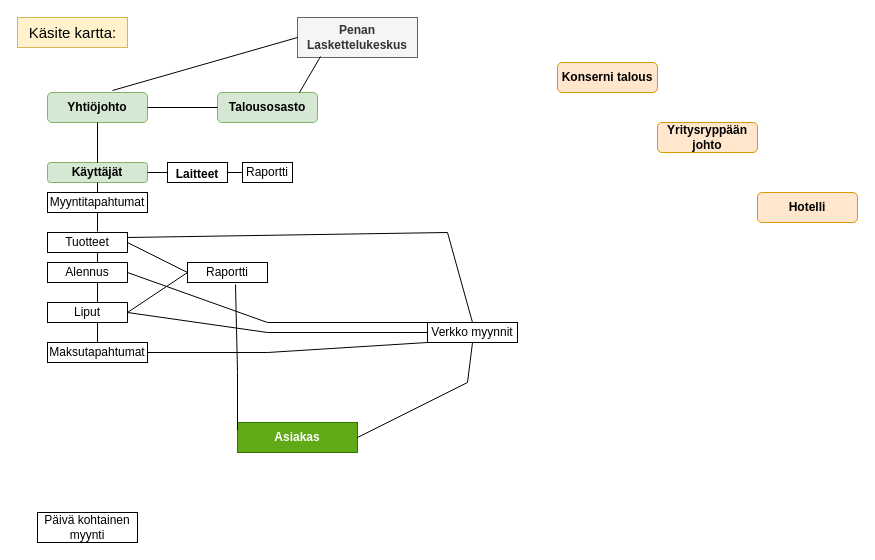
Nele83/Ohjelmointtikehittaja keeps this draw.io diagram as Untitled Diagram.drawio. Above is the earlier version. Source tidied: cells renumbered, new cells numbered last; positions are measured from the earlier drawing's top-left corner, leaving out a move shared by most shapes. Both pictures are drawn from the tidied source at 100%, with x=0, y=0 at pixel (17, 17).
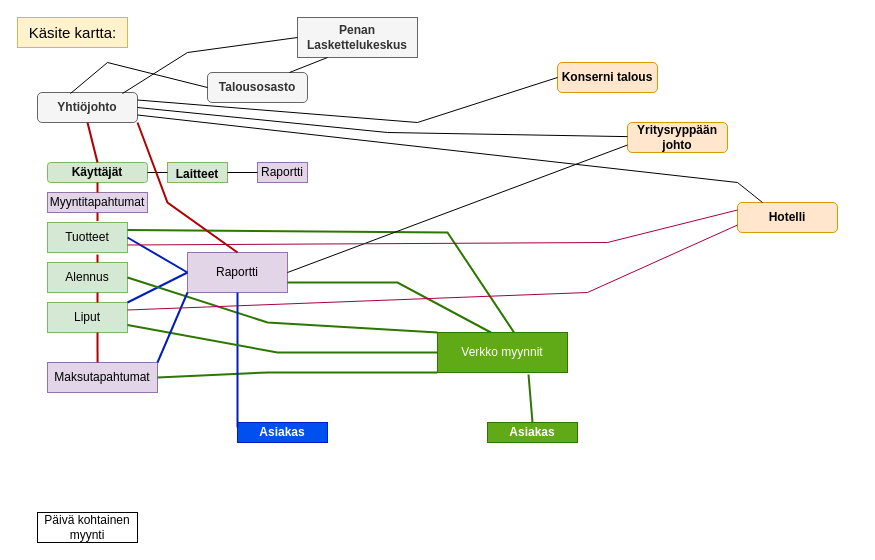
Above is the later version.

The change refers to these unchanged cells:
```xml
<mxCell id="2" value="&lt;b&gt;Penan Laskettelukeskus&lt;/b&gt;" style="rounded=0;whiteSpace=wrap;html=1;fillColor=#f5f5f5;fontColor=#333333;strokeColor=#666666;" parent="1" vertex="1">
  <mxGeometry x="280" width="120" height="40" as="geometry" />
</mxCell>
<mxCell id="5" value="&lt;b&gt;Konserni talous&lt;/b&gt;" style="rounded=1;whiteSpace=wrap;html=1;fillColor=#ffe6cc;strokeColor=#d79b00;" parent="1" vertex="1">
  <mxGeometry x="540" y="45" width="100" height="30" as="geometry" />
</mxCell>
<mxCell id="13" value="&lt;b&gt;Käyttäjät&lt;/b&gt;" style="rounded=1;whiteSpace=wrap;html=1;fontSize=12;fillColor=#d5e8d4;strokeColor=#82b366;" parent="1" vertex="1">
  <mxGeometry x="30" y="145" width="100" height="20" as="geometry" />
</mxCell>
```

Diff of the diagram source:
```diff
@@
-    <mxCell id="3" value="&lt;b&gt;Yhtiöjohto&lt;/b&gt;" style="rounded=1;whiteSpace=wrap;html=1;fillColor=#d5e8d4;strokeColor=#82b366;" parent="1" vertex="1">
-      <mxGeometry x="30" y="75" width="100" height="30" as="geometry" />
+    <mxCell id="3" value="&lt;b&gt;Yhtiöjohto&lt;/b&gt;" style="rounded=1;whiteSpace=wrap;html=1;fillColor=#f5f5f5;strokeColor=#666666;fontColor=#333333;" parent="1" vertex="1">
+      <mxGeometry x="20" y="75" width="100" height="30" as="geometry" />
     </mxCell>
-    <mxCell id="4" value="&lt;b&gt;Talousosasto&lt;/b&gt;" style="rounded=1;whiteSpace=wrap;html=1;fillColor=#d5e8d4;strokeColor=#82b366;" parent="1" vertex="1">
-      <mxGeometry x="200" y="75" width="100" height="30" as="geometry" />
+    <mxCell id="4" value="&lt;b&gt;Talousosasto&lt;/b&gt;" style="rounded=1;whiteSpace=wrap;html=1;fillColor=#f5f5f5;strokeColor=#666666;fontColor=#333333;" parent="1" vertex="1">
+      <mxGeometry x="190" y="55" width="100" height="30" as="geometry" />
     </mxCell>
@@
-    <mxCell id="6" value="Liput" style="rounded=0;whiteSpace=wrap;html=1;" parent="1" vertex="1">
-      <mxGeometry x="30" y="285" width="80" height="20" as="geometry" />
+    <mxCell id="6" value="Liput" style="rounded=0;whiteSpace=wrap;html=1;fillColor=#d5e8d4;strokeColor=#82b366;" parent="1" vertex="1">
+      <mxGeometry x="30" y="285" width="80" height="30" as="geometry" />
     </mxCell>
-    <mxCell id="7" value="&lt;b&gt;Asiakas&lt;/b&gt;" style="rounded=0;whiteSpace=wrap;html=1;fillColor=#60a917;fontColor=#ffffff;strokeColor=#2D7600;" parent="1" vertex="1">
-      <mxGeometry x="220" y="405" width="120" height="30" as="geometry" />
+    <mxCell id="7" value="&lt;b&gt;Asiakas&lt;/b&gt;" style="rounded=0;whiteSpace=wrap;html=1;fillColor=#0050ef;strokeColor=#001DBC;fontColor=#ffffff;" parent="1" vertex="1">
+      <mxGeometry x="220" y="405" width="90" height="20" as="geometry" />
     </mxCell>
     <mxCell id="8" value="&lt;b style=&quot;background-color: initial;&quot;&gt;Yritysryppään johto&lt;/b&gt;" style="rounded=1;whiteSpace=wrap;html=1;fillColor=#ffe6cc;strokeColor=#d79b00;" parent="1" vertex="1">
-      <mxGeometry x="640" y="105" width="100" height="30" as="geometry" />
+      <mxGeometry x="610" y="105" width="100" height="30" as="geometry" />
     </mxCell>
     <mxCell id="9" value="&lt;b&gt;Hotelli&lt;/b&gt;" style="rounded=1;whiteSpace=wrap;html=1;fillColor=#ffe6cc;strokeColor=#d79b00;" parent="1" vertex="1">
-      <mxGeometry x="740" y="175" width="100" height="30" as="geometry" />
+      <mxGeometry x="720" y="185" width="100" height="30" as="geometry" />
     </mxCell>
@@
-    <mxCell id="11" value="&lt;b&gt;&lt;font style=&quot;font-size: 12px;&quot;&gt;Laitteet&lt;/font&gt;&lt;/b&gt;" style="rounded=0;whiteSpace=wrap;html=1;fontSize=15;" parent="1" vertex="1">
+    <mxCell id="11" value="&lt;b&gt;&lt;font style=&quot;font-size: 12px;&quot;&gt;Laitteet&lt;/font&gt;&lt;/b&gt;" style="rounded=0;whiteSpace=wrap;html=1;fontSize=15;fillColor=#d5e8d4;strokeColor=#82b366;" parent="1" vertex="1">
       <mxGeometry x="150" y="145" width="60" height="20" as="geometry" />
     </mxCell>
@@
-    <mxCell id="14" value="Myyntitapahtumat" style="rounded=0;whiteSpace=wrap;html=1;fontSize=12;" parent="1" vertex="1">
+    <mxCell id="14" value="Myyntitapahtumat" style="rounded=0;whiteSpace=wrap;html=1;fontSize=12;fillColor=#e1d5e7;strokeColor=#9673a6;" parent="1" vertex="1">
       <mxGeometry x="30" y="175" width="100" height="20" as="geometry" />
     </mxCell>
-    <mxCell id="15" value="Verkko myynnit" style="rounded=0;whiteSpace=wrap;html=1;fontSize=12;" parent="1" vertex="1">
-      <mxGeometry x="410" y="305" width="90" height="20" as="geometry" />
+    <mxCell id="15" value="&lt;font color=&quot;#ffffff&quot;&gt;Verkko myynnit&lt;/font&gt;" style="rounded=0;whiteSpace=wrap;html=1;fontSize=12;fillColor=#60a917;fontColor=#ffffff;strokeColor=#2D7600;" parent="1" vertex="1">
+      <mxGeometry x="420" y="315" width="130" height="40" as="geometry" />
     </mxCell>
-    <mxCell id="16" value="Alennus" style="rounded=0;whiteSpace=wrap;html=1;fontSize=12;" parent="1" vertex="1">
-      <mxGeometry x="30" y="245" width="80" height="20" as="geometry" />
+    <mxCell id="16" value="Alennus" style="rounded=0;whiteSpace=wrap;html=1;fontSize=12;fillColor=#d5e8d4;strokeColor=#82b366;" parent="1" vertex="1">
+      <mxGeometry x="30" y="245" width="80" height="30" as="geometry" />
     </mxCell>
-    <mxCell id="17" value="Tuotteet" style="rounded=0;whiteSpace=wrap;html=1;fontSize=12;" parent="1" vertex="1">
-      <mxGeometry x="30" y="215" width="80" height="20" as="geometry" />
+    <mxCell id="17" value="Tuotteet" style="rounded=0;whiteSpace=wrap;html=1;fontSize=12;fillColor=#d5e8d4;strokeColor=#82b366;" parent="1" vertex="1">
+      <mxGeometry x="30" y="205" width="80" height="30" as="geometry" />
     </mxCell>
-    <mxCell id="18" value="Raportti" style="rounded=0;whiteSpace=wrap;html=1;" parent="1" vertex="1">
-      <mxGeometry x="225" y="145" width="50" height="20" as="geometry" />
+    <mxCell id="18" value="Raportti" style="rounded=0;whiteSpace=wrap;html=1;fillColor=#e1d5e7;strokeColor=#9673a6;" parent="1" vertex="1">
+      <mxGeometry x="240" y="145" width="50" height="20" as="geometry" />
     </mxCell>
-    <mxCell id="19" value="Raportti" style="rounded=0;whiteSpace=wrap;html=1;" parent="1" vertex="1">
-      <mxGeometry x="170" y="245" width="80" height="20" as="geometry" />
+    <mxCell id="19" value="Raportti" style="rounded=0;whiteSpace=wrap;html=1;fillColor=#e1d5e7;strokeColor=#9673a6;" parent="1" vertex="1">
+      <mxGeometry x="170" y="235" width="100" height="40" as="geometry" />
     </mxCell>
-    <mxCell id="20" value="Maksutapahtumat" style="rounded=0;whiteSpace=wrap;html=1;" parent="1" vertex="1">
-      <mxGeometry x="30" y="325" width="100" height="20" as="geometry" />
+    <mxCell id="20" value="Maksutapahtumat" style="rounded=0;whiteSpace=wrap;html=1;fillColor=#e1d5e7;strokeColor=#9673a6;" parent="1" vertex="1">
+      <mxGeometry x="30" y="345" width="110" height="30" as="geometry" />
     </mxCell>
@@
-    <mxCell id="24" style="endArrow=none;html=1;rounded=0;exitX=0.5;exitY=0;exitDx=0;exitDy=0;entryX=0.5;entryY=1;entryDx=0;entryDy=0;" parent="1" edge="1" source="14" target="13">
+    <mxCell id="24" style="endArrow=none;html=1;rounded=0;exitX=0.5;exitY=0;exitDx=0;exitDy=0;entryX=0.5;entryY=1;entryDx=0;entryDy=0;fillColor=#e51400;strokeColor=#B20000;strokeWidth=2;" parent="1" edge="1" source="14" target="13">
       <mxGeometry relative="1" as="geometry" />
     </mxCell>
-    <mxCell id="25" style="endArrow=none;html=1;rounded=0;entryX=0.5;entryY=1;entryDx=0;entryDy=0;exitX=0.625;exitY=-0.05;exitDx=0;exitDy=0;exitPerimeter=0;" parent="1" edge="1" source="17" target="14">
+    <mxCell id="25" style="endArrow=none;html=1;rounded=0;entryX=0.5;entryY=1;entryDx=0;entryDy=0;exitX=0.625;exitY=-0.05;exitDx=0;exitDy=0;exitPerimeter=0;fillColor=#e51400;strokeColor=#B20000;strokeWidth=2;" parent="1" edge="1" source="17" target="14">
       <mxGeometry relative="1" as="geometry" />
     </mxCell>
-    <mxCell id="26" style="endArrow=none;html=1;rounded=0;exitX=0.625;exitY=0;exitDx=0;exitDy=0;exitPerimeter=0;" parent="1" edge="1" source="16">
-      <mxGeometry relative="1" as="geometry">
-        <mxPoint x="80" y="235" as="targetPoint" />
-      </mxGeometry>
+    <mxCell id="26" style="endArrow=none;html=1;rounded=0;exitX=0.625;exitY=0;exitDx=0;exitDy=0;exitPerimeter=0;fillColor=#e51400;strokeColor=#B20000;entryX=0.625;entryY=1.067;entryDx=0;entryDy=0;entryPerimeter=0;strokeWidth=2;" parent="1" edge="1" source="16" target="17">
+      <mxGeometry relative="1" as="geometry" />
     </mxCell>
-    <mxCell id="27" style="endArrow=none;html=1;rounded=0;entryX=0.625;entryY=1;entryDx=0;entryDy=0;entryPerimeter=0;exitX=0.625;exitY=0;exitDx=0;exitDy=0;exitPerimeter=0;" parent="1" edge="1" source="6" target="16">
+    <mxCell id="27" style="endArrow=none;html=1;rounded=0;entryX=0.625;entryY=1;entryDx=0;entryDy=0;entryPerimeter=0;exitX=0.625;exitY=0;exitDx=0;exitDy=0;exitPerimeter=0;fillColor=#e51400;strokeColor=#B20000;strokeWidth=2;" parent="1" edge="1" source="6" target="16">
       <mxGeometry relative="1" as="geometry" />
     </mxCell>
-    <mxCell id="28" style="endArrow=none;html=1;rounded=0;exitX=0.5;exitY=0;exitDx=0;exitDy=0;entryX=0.625;entryY=1;entryDx=0;entryDy=0;entryPerimeter=0;" parent="1" edge="1" source="20" target="6">
+    <mxCell id="28" style="endArrow=none;html=1;rounded=0;entryX=0.625;entryY=1;entryDx=0;entryDy=0;entryPerimeter=0;exitX=0.455;exitY=0;exitDx=0;exitDy=0;exitPerimeter=0;fillColor=#e51400;strokeColor=#B20000;strokeWidth=2;" parent="1" edge="1" source="20" target="6">
       <mxGeometry relative="1" as="geometry" />
     </mxCell>
-    <mxCell id="29" style="endArrow=none;html=1;rounded=0;exitX=0;exitY=0.5;exitDx=0;exitDy=0;entryX=1;entryY=0.5;entryDx=0;entryDy=0;" parent="1" edge="1" source="19" target="17">
+    <mxCell id="29" style="endArrow=none;html=1;rounded=0;exitX=0;exitY=0.5;exitDx=0;exitDy=0;entryX=1;entryY=0.5;entryDx=0;entryDy=0;fillColor=#0050ef;strokeColor=#001DBC;strokeWidth=2;" parent="1" edge="1" source="19" target="17">
       <mxGeometry relative="1" as="geometry" />
     </mxCell>
-    <mxCell id="30" style="endArrow=none;html=1;rounded=0;exitX=1;exitY=0.5;exitDx=0;exitDy=0;entryX=0;entryY=0.5;entryDx=0;entryDy=0;" parent="1" edge="1" source="6" target="19">
+    <mxCell id="30" style="endArrow=none;html=1;rounded=0;exitX=1;exitY=0;exitDx=0;exitDy=0;entryX=0;entryY=0.5;entryDx=0;entryDy=0;fillColor=#0050ef;strokeColor=#001DBC;strokeWidth=2;" parent="1" edge="1" source="6" target="19">
       <mxGeometry relative="1" as="geometry" />
     </mxCell>
-    <mxCell id="31" style="endArrow=none;html=1;rounded=0;exitX=0.65;exitY=-0.067;exitDx=0;exitDy=0;exitPerimeter=0;entryX=0;entryY=0.5;entryDx=0;entryDy=0;" parent="1" edge="1" source="3" target="2">
-      <mxGeometry relative="1" as="geometry" />
+    <mxCell id="31" style="endArrow=none;html=1;rounded=0;entryX=0;entryY=0.5;entryDx=0;entryDy=0;exitX=0.85;exitY=0.033;exitDx=0;exitDy=0;exitPerimeter=0;" parent="1" edge="1" source="3" target="2">
+      <mxGeometry relative="1" as="geometry">
+        <Array as="points">
+          <mxPoint x="170" y="35" />
+        </Array>
+      </mxGeometry>
     </mxCell>
-    <mxCell id="32" style="endArrow=none;html=1;rounded=0;exitX=0.82;exitY=0;exitDx=0;exitDy=0;exitPerimeter=0;entryX=0.192;entryY=0.975;entryDx=0;entryDy=0;entryPerimeter=0;" parent="1" edge="1" source="4" target="2">
+    <mxCell id="32" style="endArrow=none;html=1;rounded=0;exitX=0.82;exitY=0;exitDx=0;exitDy=0;exitPerimeter=0;entryX=0.25;entryY=1;entryDx=0;entryDy=0;" parent="1" edge="1" source="4" target="2">
       <mxGeometry relative="1" as="geometry" />
     </mxCell>
-    <mxCell id="33" style="endArrow=none;html=1;rounded=0;exitX=1;exitY=0.5;exitDx=0;exitDy=0;entryX=0;entryY=0.5;entryDx=0;entryDy=0;" parent="1" edge="1" source="3" target="4">
-      <mxGeometry relative="1" as="geometry" />
+    <mxCell id="33" style="endArrow=none;html=1;rounded=0;exitX=0.33;exitY=0.033;exitDx=0;exitDy=0;entryX=0;entryY=0.5;entryDx=0;entryDy=0;exitPerimeter=0;" parent="1" edge="1" source="3" target="4">
+      <mxGeometry relative="1" as="geometry">
+        <Array as="points">
+          <mxPoint x="90" y="45" />
+        </Array>
+      </mxGeometry>
     </mxCell>
-    <mxCell id="34" style="endArrow=none;html=1;rounded=0;exitX=0.5;exitY=0;exitDx=0;exitDy=0;entryX=0.5;entryY=1;entryDx=0;entryDy=0;" parent="1" edge="1" source="13" target="3">
+    <mxCell id="34" style="endArrow=none;html=1;rounded=0;exitX=0.5;exitY=0;exitDx=0;exitDy=0;entryX=0.5;entryY=1;entryDx=0;entryDy=0;fillColor=#e51400;strokeColor=#B20000;strokeWidth=2;" parent="1" edge="1" source="13" target="3">
       <mxGeometry relative="1" as="geometry" />
     </mxCell>
-    <mxCell id="35" style="endArrow=none;html=1;rounded=0;exitX=1;exitY=0.5;exitDx=0;exitDy=0;entryX=0;entryY=1;entryDx=0;entryDy=0;" parent="1" edge="1" source="20" target="15">
+    <mxCell id="35" style="endArrow=none;html=1;rounded=0;exitX=1;exitY=0.5;exitDx=0;exitDy=0;entryX=0;entryY=1;entryDx=0;entryDy=0;fillColor=#60a917;strokeColor=#2D7600;strokeWidth=2;" parent="1" edge="1" source="20" target="15">
       <mxGeometry relative="1" as="geometry">
         <Array as="points">
-          <mxPoint x="250" y="335" />
+          <mxPoint x="250" y="355" />
         </Array>
       </mxGeometry>
     </mxCell>
-    <mxCell id="36" style="endArrow=none;html=1;rounded=0;exitX=1;exitY=0.5;exitDx=0;exitDy=0;entryX=0;entryY=0;entryDx=0;entryDy=0;" parent="1" edge="1" source="16" target="15">
+    <mxCell id="36" style="endArrow=none;html=1;rounded=0;exitX=1;exitY=0.5;exitDx=0;exitDy=0;entryX=0;entryY=0;entryDx=0;entryDy=0;fillColor=#60a917;strokeColor=#2D7600;strokeWidth=2;" parent="1" edge="1" source="16" target="15">
       <mxGeometry relative="1" as="geometry">
         <Array as="points">
           <mxPoint x="250" y="305" />
         </Array>
       </mxGeometry>
     </mxCell>
-    <mxCell id="37" style="endArrow=none;html=1;rounded=0;exitX=0.6;exitY=1.1;exitDx=0;exitDy=0;exitPerimeter=0;entryX=0;entryY=0.25;entryDx=0;entryDy=0;" parent="1" edge="1" source="19" target="7">
+    <mxCell id="37" style="endArrow=none;html=1;rounded=0;entryX=0;entryY=0.25;entryDx=0;entryDy=0;exitX=0.5;exitY=1;exitDx=0;exitDy=0;fillColor=#0050ef;strokeColor=#001DBC;strokeWidth=2;" parent="1" edge="1" source="19" target="7">
       <mxGeometry relative="1" as="geometry">
         <Array as="points">
           <mxPoint x="220" y="355" />
         </Array>
       </mxGeometry>
     </mxCell>
-    <mxCell id="38" style="endArrow=none;html=1;rounded=0;exitX=1;exitY=0.5;exitDx=0;exitDy=0;entryX=0.5;entryY=1;entryDx=0;entryDy=0;" parent="1" edge="1" source="7" target="15">
-      <mxGeometry relative="1" as="geometry">
-        <Array as="points">
-          <mxPoint x="450" y="365" />
-        </Array>
-      </mxGeometry>
+    <mxCell id="38" style="endArrow=none;html=1;rounded=0;entryX=0.7;entryY=1.05;entryDx=0;entryDy=0;exitX=0.5;exitY=0;exitDx=0;exitDy=0;entryPerimeter=0;fillColor=#60a917;strokeColor=#2D7600;strokeWidth=2;" parent="1" edge="1" source="44" target="15">
+      <mxGeometry relative="1" as="geometry" />
     </mxCell>
-    <mxCell id="39" style="endArrow=none;html=1;rounded=0;exitX=1;exitY=0.25;exitDx=0;exitDy=0;entryX=0.5;entryY=0;entryDx=0;entryDy=0;" parent="1" edge="1" source="17" target="15">
+    <mxCell id="39" style="endArrow=none;html=1;rounded=0;exitX=1;exitY=0.25;exitDx=0;exitDy=0;entryX=0.589;entryY=0;entryDx=0;entryDy=0;entryPerimeter=0;fillColor=#60a917;strokeColor=#2D7600;strokeWidth=2;" parent="1" edge="1" source="17" target="15">
       <mxGeometry relative="1" as="geometry">
         <Array as="points">
           <mxPoint x="430" y="215" />
         </Array>
       </mxGeometry>
     </mxCell>
-    <mxCell id="40" style="endArrow=none;html=1;rounded=0;exitX=1;exitY=0.5;exitDx=0;exitDy=0;entryX=0;entryY=0.5;entryDx=0;entryDy=0;" parent="1" edge="1" source="6" target="15">
+    <mxCell id="40" style="endArrow=none;html=1;rounded=0;exitX=1;exitY=0.75;exitDx=0;exitDy=0;entryX=0;entryY=0.5;entryDx=0;entryDy=0;fillColor=#60a917;strokeColor=#2D7600;strokeWidth=2;" parent="1" edge="1" source="6" target="15">
       <mxGeometry relative="1" as="geometry">
         <Array as="points">
-          <mxPoint x="250" y="315" />
+          <mxPoint x="260" y="335" />
         </Array>
       </mxGeometry>
     </mxCell>
+    <mxCell id="41" style="endArrow=none;html=1;rounded=0;exitX=1;exitY=0;exitDx=0;exitDy=0;entryX=0;entryY=1;entryDx=0;entryDy=0;fillColor=#0050ef;strokeColor=#001DBC;strokeWidth=2;" parent="1" edge="1" source="20" target="19">
+      <mxGeometry relative="1" as="geometry" />
+    </mxCell>
+    <mxCell id="42" style="endArrow=none;html=1;rounded=0;entryX=1;entryY=1;entryDx=0;entryDy=0;exitX=0.5;exitY=0;exitDx=0;exitDy=0;fillColor=#e51400;strokeColor=#B20000;strokeWidth=2;" parent="1" edge="1" source="19" target="3">
+      <mxGeometry relative="1" as="geometry">
+        <Array as="points">
+          <mxPoint x="150" y="185" />
+        </Array>
+      </mxGeometry>
+    </mxCell>
+    <mxCell id="43" style="endArrow=none;html=1;rounded=0;exitX=1;exitY=0.5;exitDx=0;exitDy=0;entryX=0;entryY=0.75;entryDx=0;entryDy=0;" parent="1" edge="1" source="19" target="8">
+      <mxGeometry relative="1" as="geometry" />
+    </mxCell>
+    <mxCell id="44" value="&lt;b&gt;Asiakas&lt;/b&gt;" style="rounded=0;whiteSpace=wrap;html=1;fillColor=#60a917;fontColor=#ffffff;strokeColor=#2D7600;" parent="1" vertex="1">
+      <mxGeometry x="470" y="405" width="90" height="20" as="geometry" />
+    </mxCell>
+    <mxCell id="45" style="endArrow=none;html=1;rounded=0;exitX=1;exitY=0.75;exitDx=0;exitDy=0;entryX=0.411;entryY=0;entryDx=0;entryDy=0;entryPerimeter=0;fillColor=#60a917;strokeColor=#2D7600;strokeWidth=2;" parent="1" edge="1" source="19" target="15">
+      <mxGeometry relative="1" as="geometry">
+        <Array as="points">
+          <mxPoint x="380" y="265" />
+        </Array>
+      </mxGeometry>
+    </mxCell>
+    <mxCell id="46" style="endArrow=none;html=1;rounded=0;entryX=0;entryY=0.75;entryDx=0;entryDy=0;exitX=1;exitY=0.25;exitDx=0;exitDy=0;fillColor=#d80073;strokeColor=#A50040;" parent="1" edge="1" source="6" target="9">
+      <mxGeometry relative="1" as="geometry">
+        <Array as="points">
+          <mxPoint x="570" y="275" />
+        </Array>
+      </mxGeometry>
+    </mxCell>
+    <mxCell id="47" style="endArrow=none;html=1;rounded=0;entryX=0;entryY=0.25;entryDx=0;entryDy=0;exitX=1;exitY=0.75;exitDx=0;exitDy=0;fillColor=#d80073;strokeColor=#A50040;" parent="1" edge="1" source="17" target="9">
+      <mxGeometry relative="1" as="geometry">
+        <Array as="points">
+          <mxPoint x="590" y="225" />
+        </Array>
+      </mxGeometry>
+    </mxCell>
+    <mxCell id="48" style="endArrow=none;html=1;rounded=0;exitX=1;exitY=0.25;exitDx=0;exitDy=0;entryX=0;entryY=0.5;entryDx=0;entryDy=0;" parent="1" edge="1" source="3" target="5">
+      <mxGeometry relative="1" as="geometry">
+        <Array as="points">
+          <mxPoint x="400" y="105" />
+        </Array>
+      </mxGeometry>
+    </mxCell>
+    <mxCell id="49" style="endArrow=none;html=1;rounded=0;exitX=1;exitY=0.5;exitDx=0;exitDy=0;" parent="1" edge="1" source="3" target="8">
+      <mxGeometry relative="1" as="geometry">
+        <Array as="points">
+          <mxPoint x="370" y="115" />
+        </Array>
+      </mxGeometry>
+    </mxCell>
+    <mxCell id="50" style="endArrow=none;html=1;rounded=0;exitX=1;exitY=0.75;exitDx=0;exitDy=0;entryX=0.25;entryY=0;entryDx=0;entryDy=0;" parent="1" edge="1" source="3" target="9">
+      <mxGeometry relative="1" as="geometry">
+        <Array as="points">
+          <mxPoint x="720" y="165" />
+        </Array>
+      </mxGeometry>
+    </mxCell>
```
